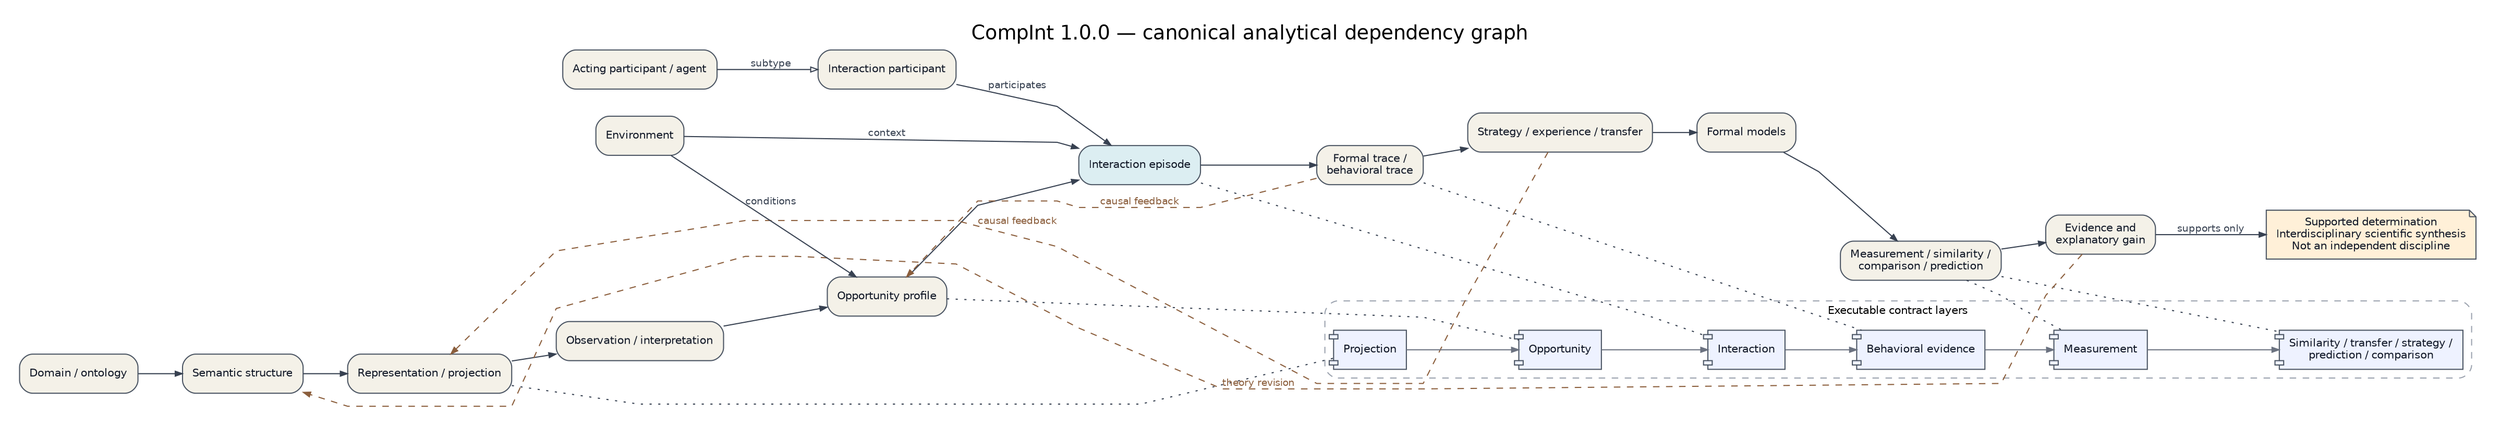
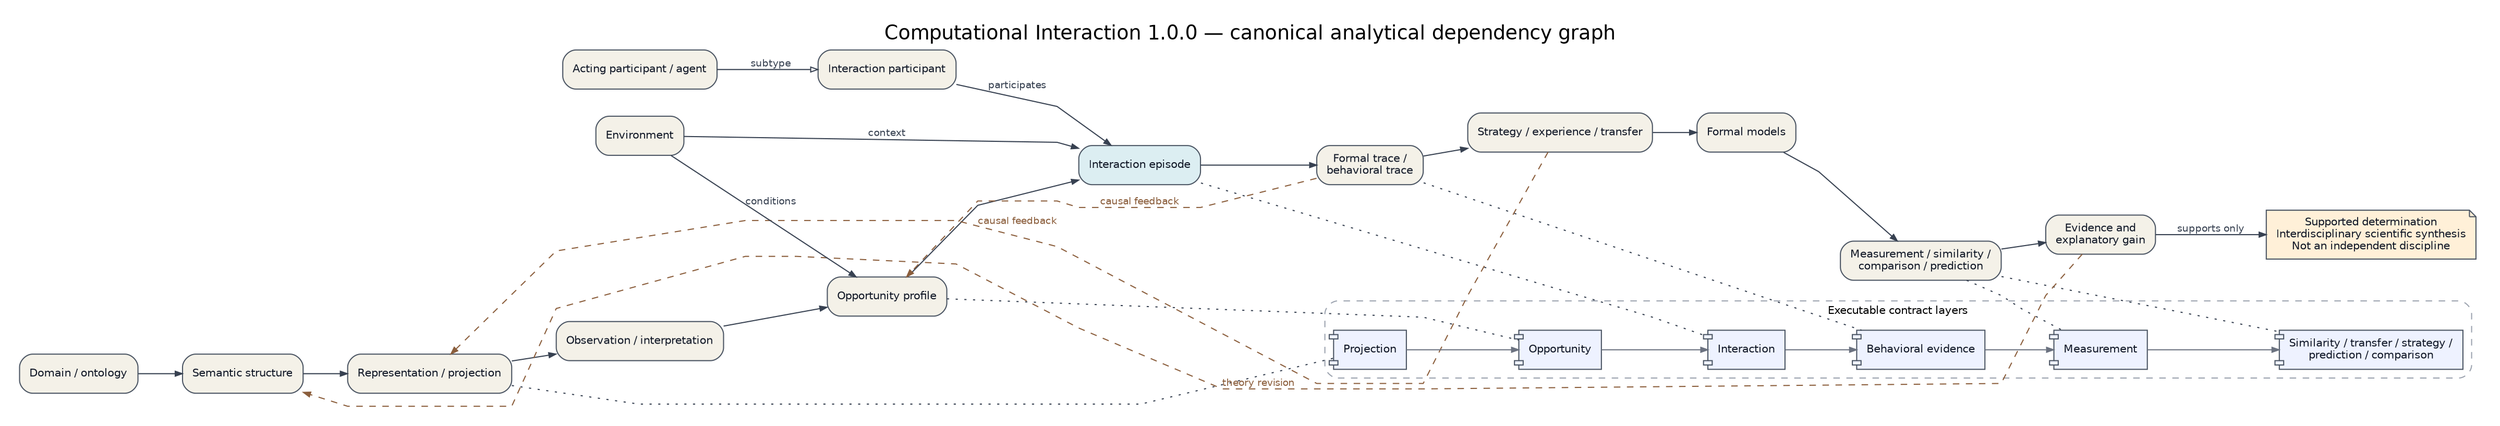
- digraph CompIntOntology {
+ digraph ComputationalInteractionOntology {
  graph [
    rankdir=LR,
    bgcolor="#ffffff",
    pad="0.25",
    nodesep="0.32",
    ranksep="0.56",
    splines=polyline,
    fontname="Helvetica",
-     label="CompInt 1.0.0 — canonical analytical dependency graph",
+     label="Computational Interaction 1.0.0 — canonical analytical dependency graph",
    labelloc=t,
    fontsize=18
  ];
  node [
    shape=box,
    style="rounded,filled",
    fillcolor="#f4f1e8",
    color="#4b5563",
    fontcolor="#111827",
    fontname="Helvetica",
    fontsize=10,
    margin="0.13,0.08"
  ];
  edge [color="#374151", fontcolor="#374151", fontname="Helvetica", fontsize=9, arrowsize=0.65];

  domain [label="Domain / ontology"];
  semantics [label="Semantic structure"];
  projection [label="Representation / projection"];
  observation [label="Observation / interpretation"];
  opportunity [label="Opportunity profile"];
  episode [label="Interaction episode", fillcolor="#dceef2"];
  trace [label="Formal trace /\nbehavioral trace"];
  strategy [label="Strategy / experience / transfer"];
  formal [label="Formal models"];
  inference [label="Measurement / similarity /\ncomparison / prediction"];
  evidence [label="Evidence and\nexplanatory gain"];

  participant [label="Interaction participant"];
  agent [label="Acting participant / agent"];
  environment [label="Environment"];

  determination [
    label="Supported determination\nInterdisciplinary scientific synthesis\nNot an independent discipline",
    shape=note,
    fillcolor="#fff0d8"
  ];

  domain -> semantics -> projection -> observation -> opportunity -> episode -> trace -> strategy -> formal -> inference -> evidence;
  participant -> episode [label="participates"];
  agent -> participant [label="subtype", arrowhead=empty];
  environment -> opportunity [label="conditions"];
  environment -> episode [label="context"];
  evidence -> determination [label="supports only"];

  trace -> opportunity [label="causal feedback", style=dashed, color="#8b5e3c", fontcolor="#8b5e3c", constraint=false];
  strategy -> projection [label="causal feedback", style=dashed, color="#8b5e3c", fontcolor="#8b5e3c", constraint=false];
  evidence -> semantics [label="theory revision", style=dashed, color="#8b5e3c", fontcolor="#8b5e3c", constraint=false];

  subgraph cluster_contracts {
    label="Executable contract layers";
    color="#9ca3af";
    style="rounded,dashed";
    fontsize=10;
    projection_contract [label="Projection", shape=component, fillcolor="#eef2ff"];
    opportunity_contract [label="Opportunity", shape=component, fillcolor="#eef2ff"];
    interaction_contract [label="Interaction", shape=component, fillcolor="#eef2ff"];
    behavioral_contract [label="Behavioral evidence", shape=component, fillcolor="#eef2ff"];
    measurement_contract [label="Measurement", shape=component, fillcolor="#eef2ff"];
    comparison_contract [label="Similarity / transfer / strategy /\nprediction / comparison", shape=component, fillcolor="#eef2ff"];
    projection_contract -> opportunity_contract -> interaction_contract -> behavioral_contract -> measurement_contract -> comparison_contract [color="#6b7280"];
  }

  projection -> projection_contract [style=dotted, arrowhead=none];
  opportunity -> opportunity_contract [style=dotted, arrowhead=none];
  episode -> interaction_contract [style=dotted, arrowhead=none];
  trace -> behavioral_contract [style=dotted, arrowhead=none];
  inference -> measurement_contract [style=dotted, arrowhead=none];
  inference -> comparison_contract [style=dotted, arrowhead=none];
}
